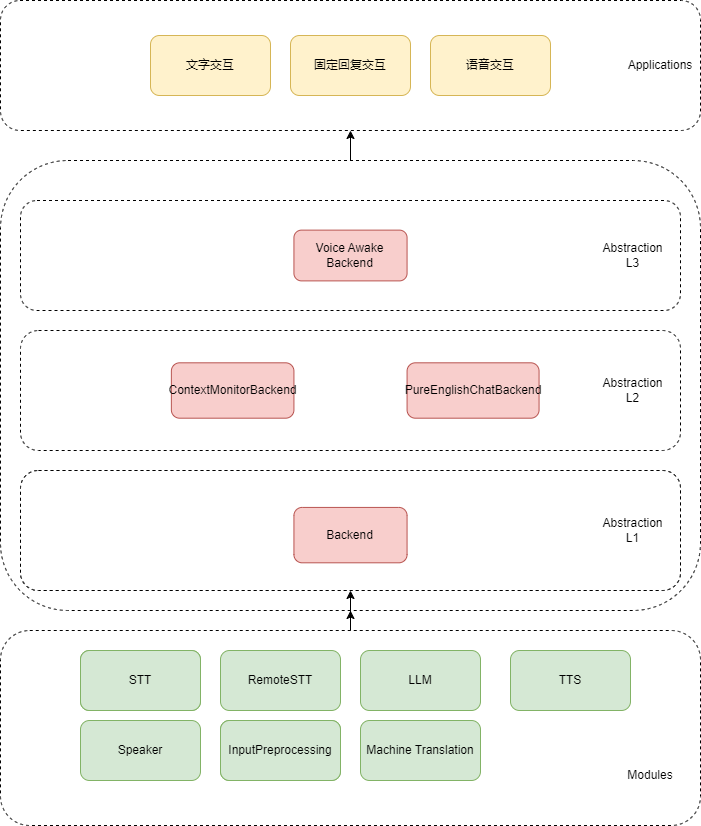
The draw.io diagram arch/stack of tech.png in 480284856/AsyncAudioChat, before a commit. Source tidied: cells renumbered, new cells last; positions are measured from the earlier drawing's top-left corner, leaving out a move shared by most shapes.
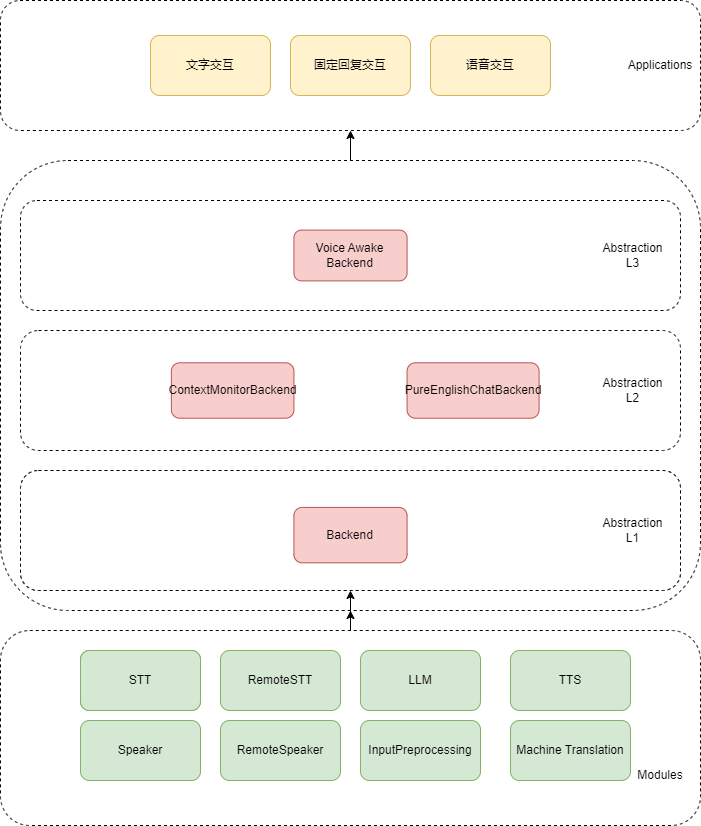
The same diagram one commit later.

Commit message:
Update diagram layout in tech.drawio by adding RemoteSpeaker module

What changed in the source:
```diff
@@ -36,11 +36,8 @@
       <mxGeometry x="630" y="50" width="60" height="30" as="geometry" />
     </mxCell>
     <mxCell id="13" value="Modules" style="text;html=1;align=center;verticalAlign=middle;whiteSpace=wrap;rounded=0;" parent="1" vertex="1">
-      <mxGeometry x="620" y="760" width="60" height="30" as="geometry" />
+      <mxGeometry x="630" y="760" width="60" height="30" as="geometry" />
     </mxCell>
-    <mxCell id="14" value="Machine Translation" style="rounded=1;whiteSpace=wrap;html=1;fillColor=#d5e8d4;strokeColor=#82b366;" parent="1" vertex="1">
-      <mxGeometry x="220" y="720" width="120" height="60" as="geometry" />
-    </mxCell>
     <mxCell id="15" style="group;" parent="1" vertex="1">
       <mxGeometry x="20" y="470" width="660" height="120" as="geometry" />
     </mxCell>
@@ -105,10 +102,10 @@
       <mxGeometry x="80" y="650" width="120" height="60" as="geometry" />
     </mxCell>
     <mxCell id="36" value="InputPreprocessing" style="rounded=1;whiteSpace=wrap;html=1;fillColor=#d5e8d4;strokeColor=#82b366;fontColor=#000000;" parent="1" vertex="1">
-      <mxGeometry x="220" y="720" width="120" height="60" as="geometry" />
+      <mxGeometry x="360" y="720" width="120" height="60" as="geometry" />
     </mxCell>
     <mxCell id="37" value="Machine Translation" style="rounded=1;whiteSpace=wrap;html=1;fillColor=#d5e8d4;strokeColor=#82b366;fontColor=#000000;" parent="1" vertex="1">
-      <mxGeometry x="360" y="720" width="120" height="60" as="geometry" />
+      <mxGeometry x="510" y="720" width="120" height="60" as="geometry" />
     </mxCell>
     <mxCell id="38" value="LLM" style="rounded=1;whiteSpace=wrap;html=1;fillColor=#d5e8d4;strokeColor=#82b366;fontColor=#000000;" parent="1" vertex="1">
       <mxGeometry x="360" y="650" width="120" height="60" as="geometry" />
@@ -116,5 +113,8 @@
     <mxCell id="39" value="固定回复交互" style="rounded=1;whiteSpace=wrap;html=1;fillColor=#fff2cc;strokeColor=#d6b656;fontColor=#000000;" parent="1" vertex="1">
       <mxGeometry x="290" y="35" width="120" height="60" as="geometry" />
     </mxCell>
+    <mxCell id="40" value="RemoteSpeaker" style="rounded=1;whiteSpace=wrap;html=1;fillColor=#d5e8d4;strokeColor=#82b366;fontColor=#000000;" parent="1" vertex="1">
+      <mxGeometry x="220" y="720" width="120" height="60" as="geometry" />
+    </mxCell>
   </root>
 </mxGraphModel>
```
